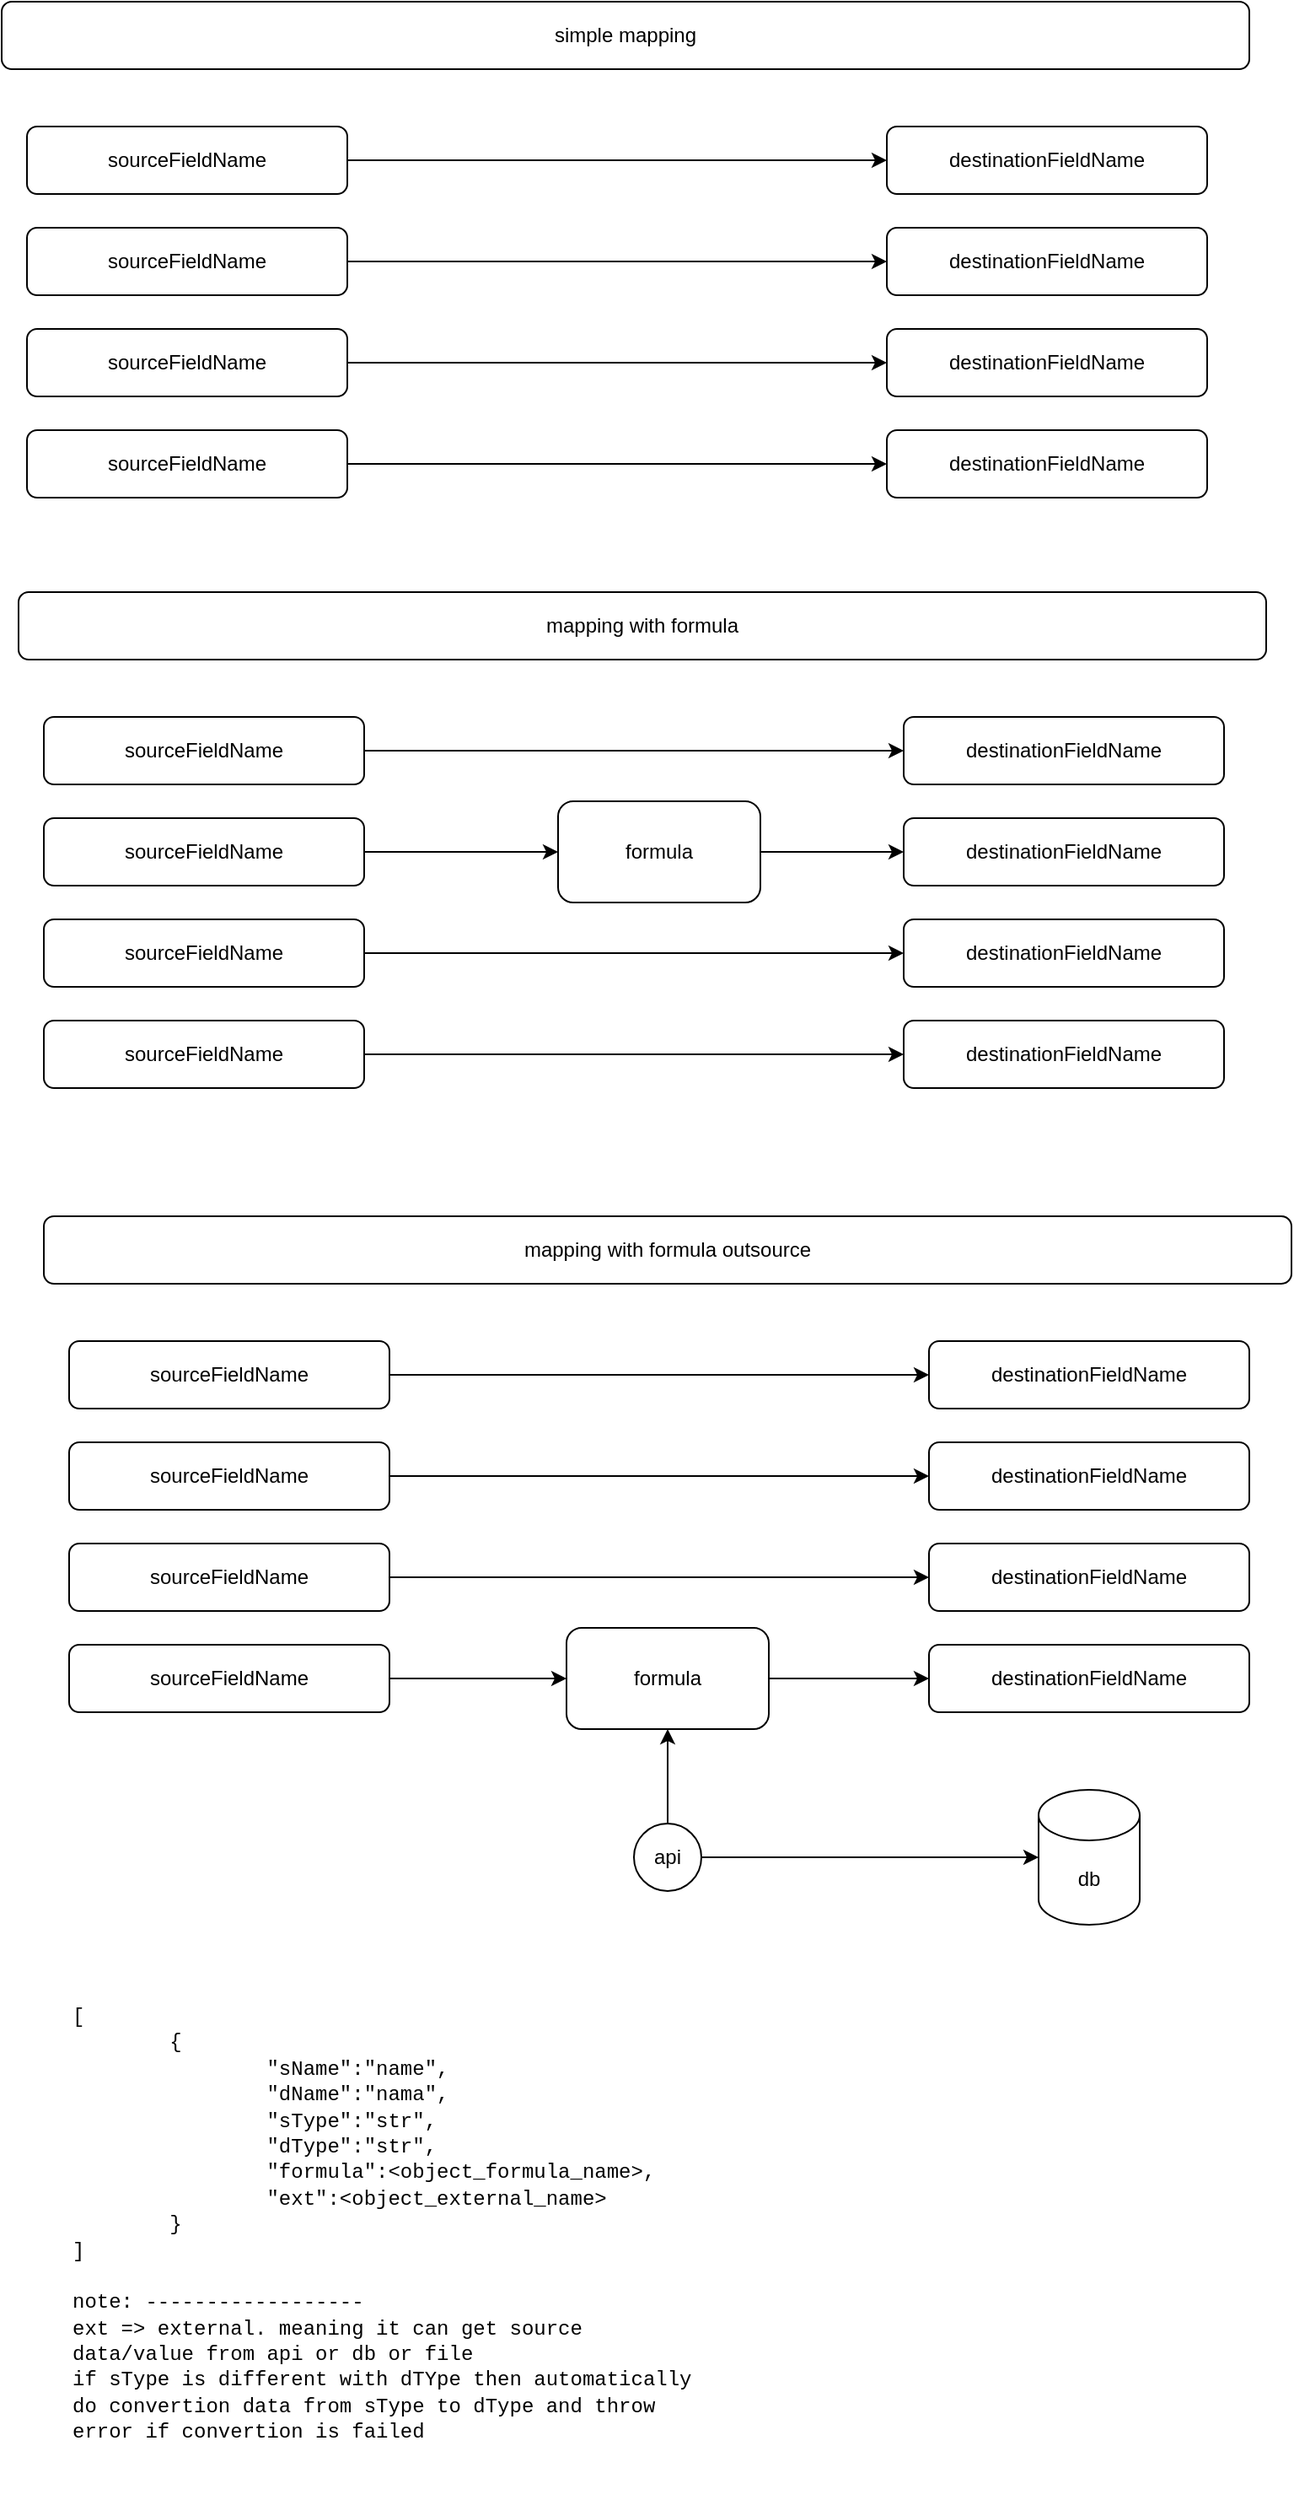
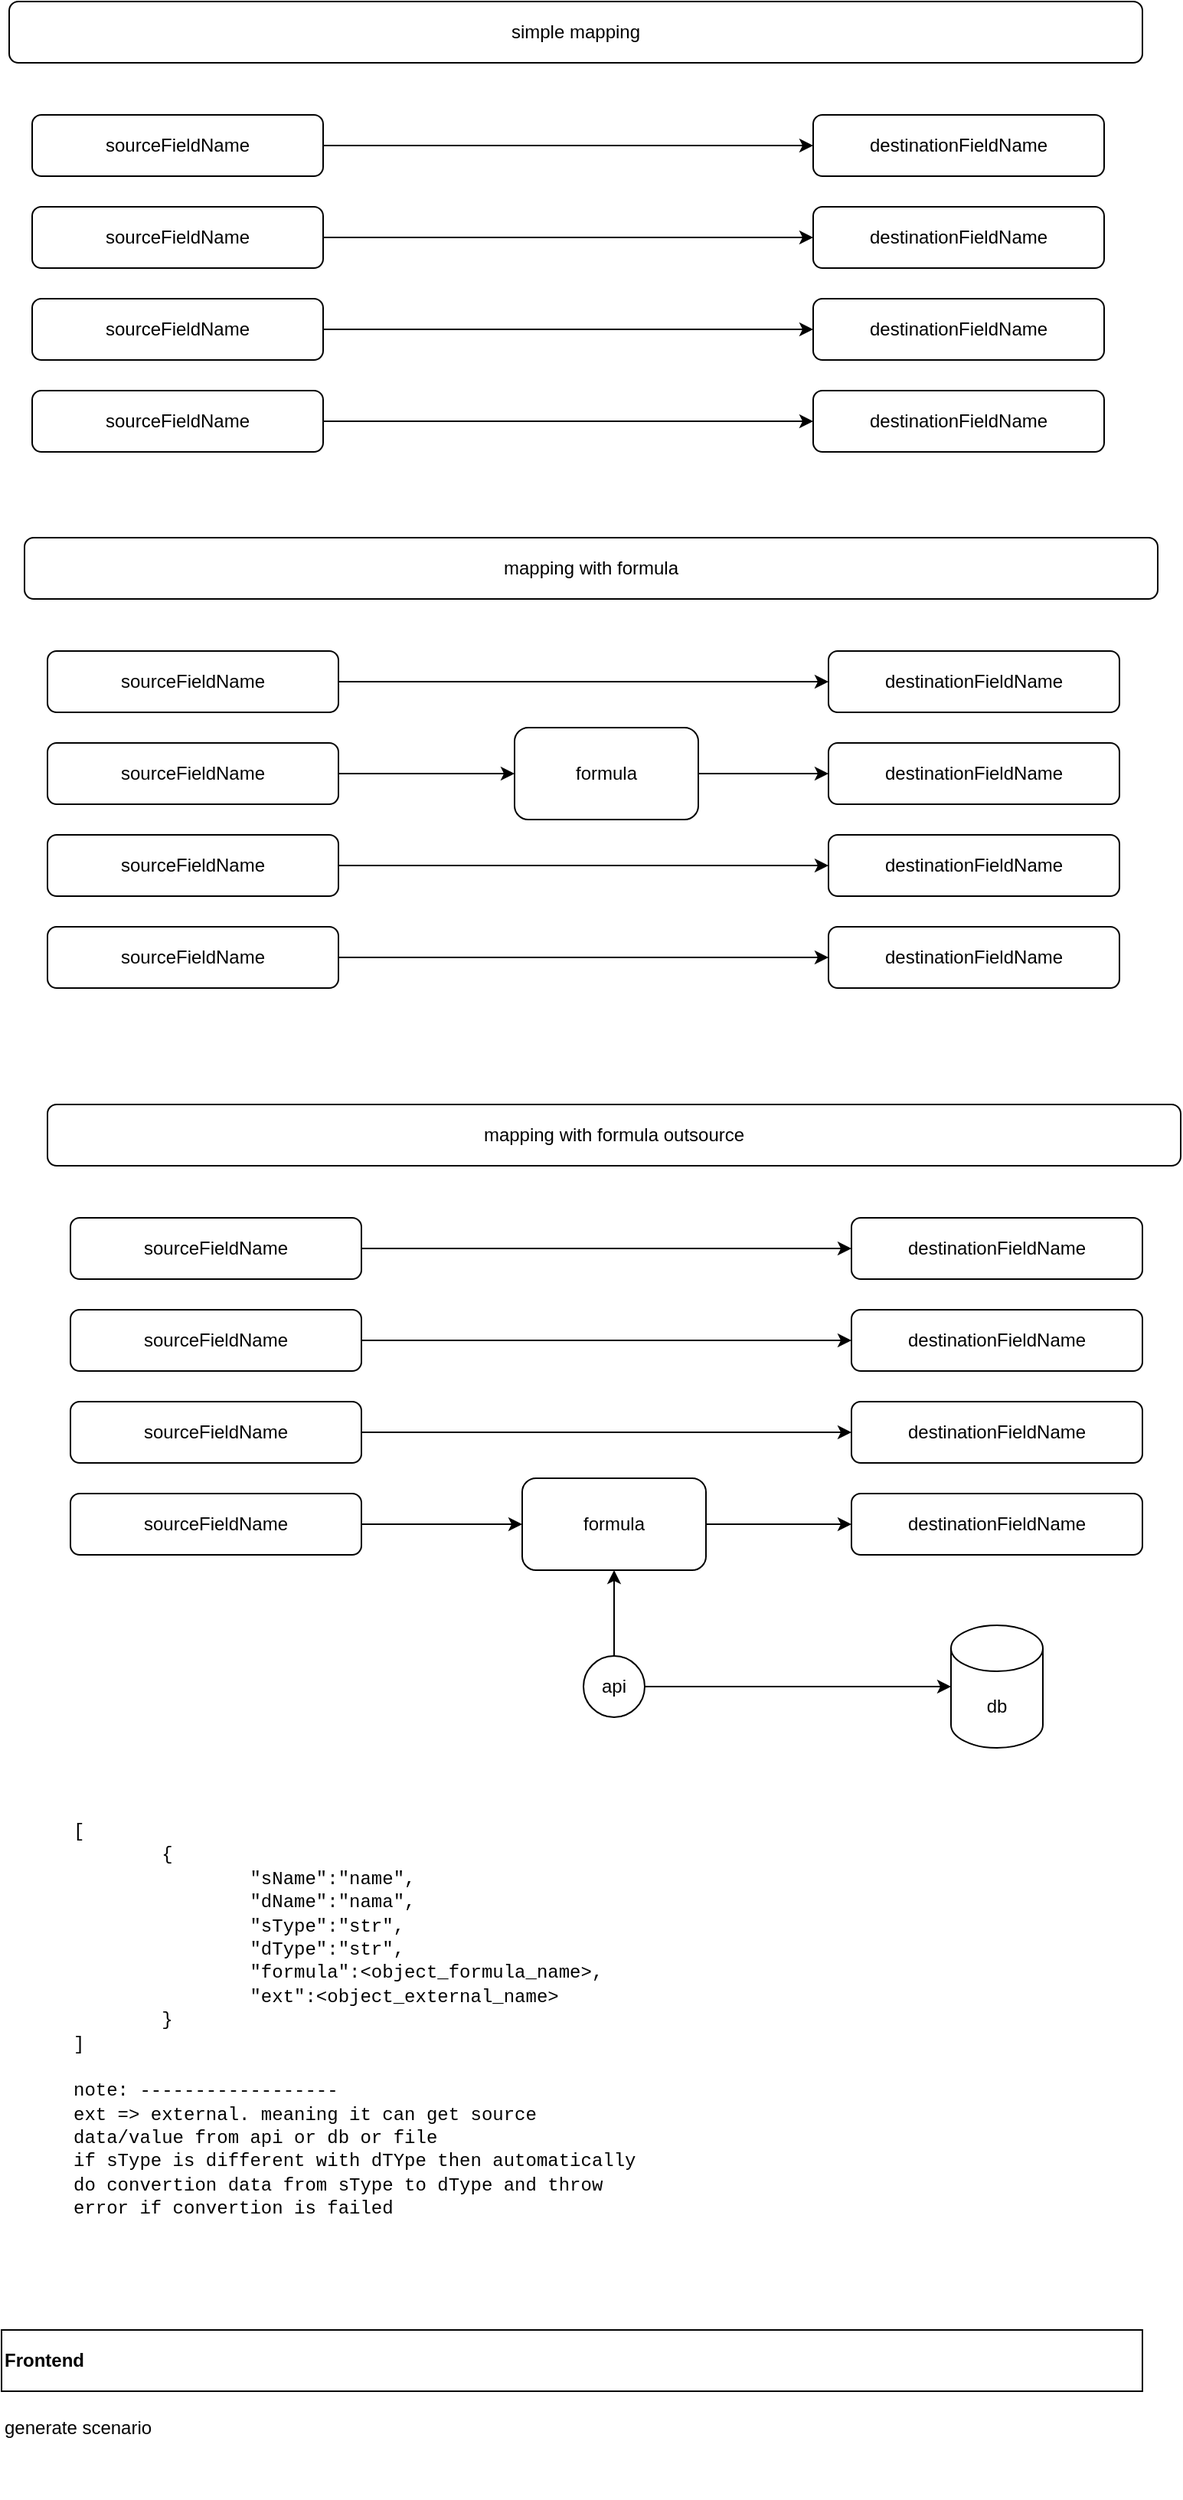
<mxfile host="app.diagrams.net">
  <diagram name="Page-1" id="w0qSyX79uqXvIxm3ApQV">
-     <mxGraphModel dx="1030" dy="623" grid="1" gridSize="10" guides="1" tooltips="1" connect="1" arrows="1" fold="1" page="1" pageScale="1" pageWidth="850" pageHeight="1100" math="0" shadow="0">
+     <mxGraphModel dx="774" dy="623" grid="1" gridSize="10" guides="1" tooltips="1" connect="1" arrows="1" fold="1" page="1" pageScale="1" pageWidth="850" pageHeight="1100" math="0" shadow="0">
      <root>
        <mxCell id="0" />
        <mxCell id="1" parent="0" />
        <mxCell id="C5vNhbu8yeIDAcz09rIj-13" parent="1" style="rounded=1;whiteSpace=wrap;html=1;" value="simple mapping" vertex="1">
          <mxGeometry height="40" width="740" x="60" y="30" as="geometry" />
        </mxCell>
        <mxCell id="C5vNhbu8yeIDAcz09rIj-9" edge="1" parent="1" source="C5vNhbu8yeIDAcz09rIj-1" style="edgeStyle=orthogonalEdgeStyle;rounded=0;orthogonalLoop=1;jettySize=auto;html=1;entryX=0;entryY=0.5;entryDx=0;entryDy=0;" target="C5vNhbu8yeIDAcz09rIj-5">
          <mxGeometry relative="1" as="geometry" />
        </mxCell>
        <mxCell id="C5vNhbu8yeIDAcz09rIj-1" parent="1" style="rounded=1;whiteSpace=wrap;html=1;" value="sourceFieldName" vertex="1">
          <mxGeometry height="40" width="190" x="75" y="104" as="geometry" />
        </mxCell>
        <mxCell id="C5vNhbu8yeIDAcz09rIj-10" edge="1" parent="1" source="C5vNhbu8yeIDAcz09rIj-2" style="edgeStyle=orthogonalEdgeStyle;rounded=0;orthogonalLoop=1;jettySize=auto;html=1;entryX=0;entryY=0.5;entryDx=0;entryDy=0;" target="C5vNhbu8yeIDAcz09rIj-6">
          <mxGeometry relative="1" as="geometry" />
        </mxCell>
        <mxCell id="C5vNhbu8yeIDAcz09rIj-2" parent="1" style="rounded=1;whiteSpace=wrap;html=1;" value="sourceFieldName" vertex="1">
          <mxGeometry height="40" width="190" x="75" y="164" as="geometry" />
        </mxCell>
        <mxCell id="C5vNhbu8yeIDAcz09rIj-11" edge="1" parent="1" source="C5vNhbu8yeIDAcz09rIj-3" style="edgeStyle=orthogonalEdgeStyle;rounded=0;orthogonalLoop=1;jettySize=auto;html=1;entryX=0;entryY=0.5;entryDx=0;entryDy=0;" target="C5vNhbu8yeIDAcz09rIj-7">
          <mxGeometry relative="1" as="geometry" />
        </mxCell>
        <mxCell id="C5vNhbu8yeIDAcz09rIj-3" parent="1" style="rounded=1;whiteSpace=wrap;html=1;" value="sourceFieldName" vertex="1">
          <mxGeometry height="40" width="190" x="75" y="224" as="geometry" />
        </mxCell>
        <mxCell id="C5vNhbu8yeIDAcz09rIj-12" edge="1" parent="1" source="C5vNhbu8yeIDAcz09rIj-4" style="edgeStyle=orthogonalEdgeStyle;rounded=0;orthogonalLoop=1;jettySize=auto;html=1;entryX=0;entryY=0.5;entryDx=0;entryDy=0;" target="C5vNhbu8yeIDAcz09rIj-8">
          <mxGeometry relative="1" as="geometry" />
        </mxCell>
        <mxCell id="C5vNhbu8yeIDAcz09rIj-4" parent="1" style="rounded=1;whiteSpace=wrap;html=1;" value="sourceFieldName" vertex="1">
          <mxGeometry height="40" width="190" x="75" y="284" as="geometry" />
        </mxCell>
        <mxCell id="C5vNhbu8yeIDAcz09rIj-5" parent="1" style="rounded=1;whiteSpace=wrap;html=1;" value="destinationFieldName" vertex="1">
          <mxGeometry height="40" width="190" x="585" y="104" as="geometry" />
        </mxCell>
        <mxCell id="C5vNhbu8yeIDAcz09rIj-6" parent="1" style="rounded=1;whiteSpace=wrap;html=1;" value="destinationFieldName" vertex="1">
          <mxGeometry height="40" width="190" x="585" y="164" as="geometry" />
        </mxCell>
        <mxCell id="C5vNhbu8yeIDAcz09rIj-7" parent="1" style="rounded=1;whiteSpace=wrap;html=1;" value="destinationFieldName" vertex="1">
          <mxGeometry height="40" width="190" x="585" y="224" as="geometry" />
        </mxCell>
        <mxCell id="C5vNhbu8yeIDAcz09rIj-8" parent="1" style="rounded=1;whiteSpace=wrap;html=1;" value="destinationFieldName" vertex="1">
          <mxGeometry height="40" width="190" x="585" y="284" as="geometry" />
        </mxCell>
        <mxCell id="C5vNhbu8yeIDAcz09rIj-14" parent="1" style="rounded=1;whiteSpace=wrap;html=1;" value="mapping with formula" vertex="1">
          <mxGeometry height="40" width="740" x="70" y="380" as="geometry" />
        </mxCell>
        <mxCell id="C5vNhbu8yeIDAcz09rIj-15" edge="1" parent="1" source="C5vNhbu8yeIDAcz09rIj-16" style="edgeStyle=orthogonalEdgeStyle;rounded=0;orthogonalLoop=1;jettySize=auto;html=1;entryX=0;entryY=0.5;entryDx=0;entryDy=0;" target="C5vNhbu8yeIDAcz09rIj-23">
          <mxGeometry relative="1" as="geometry" />
        </mxCell>
        <mxCell id="C5vNhbu8yeIDAcz09rIj-16" parent="1" style="rounded=1;whiteSpace=wrap;html=1;" value="sourceFieldName" vertex="1">
          <mxGeometry height="40" width="190" x="85" y="454" as="geometry" />
        </mxCell>
        <mxCell id="C5vNhbu8yeIDAcz09rIj-28" edge="1" parent="1" source="C5vNhbu8yeIDAcz09rIj-18" style="edgeStyle=orthogonalEdgeStyle;rounded=0;orthogonalLoop=1;jettySize=auto;html=1;entryX=0;entryY=0.5;entryDx=0;entryDy=0;" target="C5vNhbu8yeIDAcz09rIj-27">
          <mxGeometry relative="1" as="geometry" />
        </mxCell>
        <mxCell id="C5vNhbu8yeIDAcz09rIj-18" parent="1" style="rounded=1;whiteSpace=wrap;html=1;" value="sourceFieldName" vertex="1">
          <mxGeometry height="40" width="190" x="85" y="514" as="geometry" />
        </mxCell>
        <mxCell id="C5vNhbu8yeIDAcz09rIj-19" edge="1" parent="1" source="C5vNhbu8yeIDAcz09rIj-20" style="edgeStyle=orthogonalEdgeStyle;rounded=0;orthogonalLoop=1;jettySize=auto;html=1;entryX=0;entryY=0.5;entryDx=0;entryDy=0;" target="C5vNhbu8yeIDAcz09rIj-25">
          <mxGeometry relative="1" as="geometry" />
        </mxCell>
        <mxCell id="C5vNhbu8yeIDAcz09rIj-20" parent="1" style="rounded=1;whiteSpace=wrap;html=1;" value="sourceFieldName" vertex="1">
          <mxGeometry height="40" width="190" x="85" y="574" as="geometry" />
        </mxCell>
        <mxCell id="C5vNhbu8yeIDAcz09rIj-21" edge="1" parent="1" source="C5vNhbu8yeIDAcz09rIj-22" style="edgeStyle=orthogonalEdgeStyle;rounded=0;orthogonalLoop=1;jettySize=auto;html=1;entryX=0;entryY=0.5;entryDx=0;entryDy=0;" target="C5vNhbu8yeIDAcz09rIj-26">
          <mxGeometry relative="1" as="geometry" />
        </mxCell>
        <mxCell id="C5vNhbu8yeIDAcz09rIj-22" parent="1" style="rounded=1;whiteSpace=wrap;html=1;" value="sourceFieldName" vertex="1">
          <mxGeometry height="40" width="190" x="85" y="634" as="geometry" />
        </mxCell>
        <mxCell id="C5vNhbu8yeIDAcz09rIj-23" parent="1" style="rounded=1;whiteSpace=wrap;html=1;" value="destinationFieldName" vertex="1">
          <mxGeometry height="40" width="190" x="595" y="454" as="geometry" />
        </mxCell>
        <mxCell id="C5vNhbu8yeIDAcz09rIj-24" parent="1" style="rounded=1;whiteSpace=wrap;html=1;" value="destinationFieldName" vertex="1">
          <mxGeometry height="40" width="190" x="595" y="514" as="geometry" />
        </mxCell>
        <mxCell id="C5vNhbu8yeIDAcz09rIj-25" parent="1" style="rounded=1;whiteSpace=wrap;html=1;" value="destinationFieldName" vertex="1">
          <mxGeometry height="40" width="190" x="595" y="574" as="geometry" />
        </mxCell>
        <mxCell id="C5vNhbu8yeIDAcz09rIj-26" parent="1" style="rounded=1;whiteSpace=wrap;html=1;" value="destinationFieldName" vertex="1">
          <mxGeometry height="40" width="190" x="595" y="634" as="geometry" />
        </mxCell>
        <mxCell id="C5vNhbu8yeIDAcz09rIj-29" edge="1" parent="1" source="C5vNhbu8yeIDAcz09rIj-27" style="edgeStyle=orthogonalEdgeStyle;rounded=0;orthogonalLoop=1;jettySize=auto;html=1;entryX=0;entryY=0.5;entryDx=0;entryDy=0;" target="C5vNhbu8yeIDAcz09rIj-24">
          <mxGeometry relative="1" as="geometry">
            <mxPoint x="590" y="534" as="targetPoint" />
          </mxGeometry>
        </mxCell>
        <mxCell id="C5vNhbu8yeIDAcz09rIj-27" parent="1" style="rounded=1;whiteSpace=wrap;html=1;" value="formula" vertex="1">
          <mxGeometry height="60" width="120" x="390" y="504" as="geometry" />
        </mxCell>
        <mxCell id="C5vNhbu8yeIDAcz09rIj-30" parent="1" style="rounded=1;whiteSpace=wrap;html=1;" value="mapping with formula outsource" vertex="1">
          <mxGeometry height="40" width="740" x="85" y="750" as="geometry" />
        </mxCell>
        <mxCell id="C5vNhbu8yeIDAcz09rIj-31" edge="1" parent="1" source="C5vNhbu8yeIDAcz09rIj-32" style="edgeStyle=orthogonalEdgeStyle;rounded=0;orthogonalLoop=1;jettySize=auto;html=1;entryX=0;entryY=0.5;entryDx=0;entryDy=0;" target="C5vNhbu8yeIDAcz09rIj-39">
          <mxGeometry relative="1" as="geometry" />
        </mxCell>
        <mxCell id="C5vNhbu8yeIDAcz09rIj-32" parent="1" style="rounded=1;whiteSpace=wrap;html=1;" value="sourceFieldName" vertex="1">
          <mxGeometry height="40" width="190" x="100" y="824" as="geometry" />
        </mxCell>
        <mxCell id="C5vNhbu8yeIDAcz09rIj-33" edge="1" parent="1" source="C5vNhbu8yeIDAcz09rIj-34" style="edgeStyle=orthogonalEdgeStyle;rounded=0;orthogonalLoop=1;jettySize=auto;html=1;entryX=0;entryY=0.5;entryDx=0;entryDy=0;" target="C5vNhbu8yeIDAcz09rIj-40">
          <mxGeometry relative="1" as="geometry">
            <mxPoint x="405" y="904" as="targetPoint" />
          </mxGeometry>
        </mxCell>
        <mxCell id="C5vNhbu8yeIDAcz09rIj-34" parent="1" style="rounded=1;whiteSpace=wrap;html=1;" value="sourceFieldName" vertex="1">
          <mxGeometry height="40" width="190" x="100" y="884" as="geometry" />
        </mxCell>
        <mxCell id="C5vNhbu8yeIDAcz09rIj-35" edge="1" parent="1" source="C5vNhbu8yeIDAcz09rIj-36" style="edgeStyle=orthogonalEdgeStyle;rounded=0;orthogonalLoop=1;jettySize=auto;html=1;entryX=0;entryY=0.5;entryDx=0;entryDy=0;" target="C5vNhbu8yeIDAcz09rIj-41">
          <mxGeometry relative="1" as="geometry" />
        </mxCell>
        <mxCell id="C5vNhbu8yeIDAcz09rIj-36" parent="1" style="rounded=1;whiteSpace=wrap;html=1;" value="sourceFieldName" vertex="1">
          <mxGeometry height="40" width="190" x="100" y="944" as="geometry" />
        </mxCell>
        <mxCell id="C5vNhbu8yeIDAcz09rIj-47" edge="1" parent="1" source="C5vNhbu8yeIDAcz09rIj-38" style="edgeStyle=orthogonalEdgeStyle;rounded=0;orthogonalLoop=1;jettySize=auto;html=1;entryX=0;entryY=0.5;entryDx=0;entryDy=0;" target="C5vNhbu8yeIDAcz09rIj-46">
          <mxGeometry relative="1" as="geometry" />
        </mxCell>
        <mxCell id="C5vNhbu8yeIDAcz09rIj-38" parent="1" style="rounded=1;whiteSpace=wrap;html=1;" value="sourceFieldName" vertex="1">
          <mxGeometry height="40" width="190" x="100" y="1004" as="geometry" />
        </mxCell>
        <mxCell id="C5vNhbu8yeIDAcz09rIj-39" parent="1" style="rounded=1;whiteSpace=wrap;html=1;" value="destinationFieldName" vertex="1">
          <mxGeometry height="40" width="190" x="610" y="824" as="geometry" />
        </mxCell>
        <mxCell id="C5vNhbu8yeIDAcz09rIj-40" parent="1" style="rounded=1;whiteSpace=wrap;html=1;" value="destinationFieldName" vertex="1">
          <mxGeometry height="40" width="190" x="610" y="884" as="geometry" />
        </mxCell>
        <mxCell id="C5vNhbu8yeIDAcz09rIj-41" parent="1" style="rounded=1;whiteSpace=wrap;html=1;" value="destinationFieldName" vertex="1">
          <mxGeometry height="40" width="190" x="610" y="944" as="geometry" />
        </mxCell>
        <mxCell id="C5vNhbu8yeIDAcz09rIj-42" parent="1" style="rounded=1;whiteSpace=wrap;html=1;" value="destinationFieldName" vertex="1">
          <mxGeometry height="40" width="190" x="610" y="1004" as="geometry" />
        </mxCell>
        <mxCell id="C5vNhbu8yeIDAcz09rIj-45" parent="1" style="shape=cylinder3;whiteSpace=wrap;html=1;boundedLbl=1;backgroundOutline=1;size=15;" value="db" vertex="1">
          <mxGeometry height="80" width="60" x="675" y="1090" as="geometry" />
        </mxCell>
        <mxCell id="C5vNhbu8yeIDAcz09rIj-49" edge="1" parent="1" source="C5vNhbu8yeIDAcz09rIj-46" style="edgeStyle=orthogonalEdgeStyle;rounded=0;orthogonalLoop=1;jettySize=auto;html=1;entryX=0;entryY=0.5;entryDx=0;entryDy=0;" target="C5vNhbu8yeIDAcz09rIj-42">
          <mxGeometry relative="1" as="geometry" />
        </mxCell>
        <mxCell id="C5vNhbu8yeIDAcz09rIj-46" parent="1" style="rounded=1;whiteSpace=wrap;html=1;" value="formula" vertex="1">
          <mxGeometry height="60" width="120" x="395" y="994" as="geometry" />
        </mxCell>
        <mxCell id="C5vNhbu8yeIDAcz09rIj-51" edge="1" parent="1" source="C5vNhbu8yeIDAcz09rIj-50" style="edgeStyle=orthogonalEdgeStyle;rounded=0;orthogonalLoop=1;jettySize=auto;html=1;entryX=0.5;entryY=1;entryDx=0;entryDy=0;" target="C5vNhbu8yeIDAcz09rIj-46">
          <mxGeometry relative="1" as="geometry" />
        </mxCell>
        <mxCell id="C5vNhbu8yeIDAcz09rIj-50" parent="1" style="ellipse;whiteSpace=wrap;html=1;aspect=fixed;" value="api" vertex="1">
          <mxGeometry height="40" width="40" x="435" y="1110" as="geometry" />
        </mxCell>
        <mxCell id="C5vNhbu8yeIDAcz09rIj-52" edge="1" parent="1" source="C5vNhbu8yeIDAcz09rIj-50" style="edgeStyle=orthogonalEdgeStyle;rounded=0;orthogonalLoop=1;jettySize=auto;html=1;entryX=0;entryY=0.5;entryDx=0;entryDy=0;entryPerimeter=0;" target="C5vNhbu8yeIDAcz09rIj-45">
          <mxGeometry relative="1" as="geometry" />
        </mxCell>
        <mxCell id="C5vNhbu8yeIDAcz09rIj-54" parent="1" style="rounded=0;whiteSpace=wrap;html=1;align=left;verticalAlign=top;strokeColor=none;" value="&lt;font face=&quot;Courier New&quot;&gt;[&lt;/font&gt;&lt;div&gt;&lt;font face=&quot;Courier New&quot;&gt;&lt;span style=&quot;white-space: pre;&quot;&gt;&#x9;&lt;/span&gt;{&lt;br&gt;&lt;/font&gt;&lt;/div&gt;&lt;div&gt;&lt;font face=&quot;Courier New&quot;&gt;&lt;span style=&quot;white-space: pre;&quot;&gt;&#x9;&lt;/span&gt;&lt;span style=&quot;white-space: pre;&quot;&gt;&#x9;&lt;/span&gt;&quot;sName&quot;:&quot;name&quot;,&lt;br&gt;&lt;/font&gt;&lt;/div&gt;&lt;div&gt;&lt;font face=&quot;Courier New&quot;&gt;&lt;span style=&quot;white-space: pre;&quot;&gt;&#x9;&lt;/span&gt;&lt;span style=&quot;white-space: pre;&quot;&gt;&#x9;&lt;/span&gt;&quot;dName&quot;:&quot;nama&quot;,&lt;br&gt;&lt;/font&gt;&lt;/div&gt;&lt;div&gt;&lt;font face=&quot;Courier New&quot;&gt;&lt;span style=&quot;white-space: pre;&quot;&gt;&#x9;&lt;/span&gt;&lt;span style=&quot;white-space: pre;&quot;&gt;&#x9;&lt;/span&gt;&quot;sType&quot;:&quot;str&quot;,&lt;br&gt;&lt;/font&gt;&lt;/div&gt;&lt;div&gt;&lt;font face=&quot;Courier New&quot;&gt;&lt;span style=&quot;white-space: pre;&quot;&gt;&#x9;&lt;/span&gt;&lt;span style=&quot;white-space: pre;&quot;&gt;&#x9;&lt;/span&gt;&quot;dType&quot;:&quot;str&quot;,&lt;br&gt;&lt;/font&gt;&lt;/div&gt;&lt;div&gt;&lt;font face=&quot;Courier New&quot;&gt;&lt;span style=&quot;white-space: pre;&quot;&gt;&#x9;&lt;/span&gt;&lt;span style=&quot;white-space: pre;&quot;&gt;&#x9;&lt;/span&gt;&quot;formula&quot;:&amp;lt;object_formula_name&amp;gt;,&lt;br&gt;&lt;/font&gt;&lt;/div&gt;&lt;div&gt;&lt;font face=&quot;Courier New&quot;&gt;&lt;span style=&quot;white-space: pre;&quot;&gt;&#x9;&lt;/span&gt;&lt;span style=&quot;white-space: pre;&quot;&gt;&#x9;&lt;/span&gt;&quot;ext&quot;:&amp;lt;object_external_name&amp;gt;&lt;br&gt;&lt;/font&gt;&lt;/div&gt;&lt;div&gt;&lt;font face=&quot;Courier New&quot;&gt;&lt;span style=&quot;white-space: pre;&quot;&gt;&#x9;&lt;/span&gt;}&lt;br&gt;&lt;/font&gt;&lt;/div&gt;&lt;div&gt;&lt;font face=&quot;Courier New&quot;&gt;]&lt;/font&gt;&lt;/div&gt;&lt;div&gt;&lt;font face=&quot;Courier New&quot;&gt;&lt;br&gt;&lt;/font&gt;&lt;/div&gt;&lt;div&gt;&lt;font face=&quot;Courier New&quot;&gt;note: ------------------&lt;/font&gt;&lt;/div&gt;&lt;div&gt;&lt;font face=&quot;Courier New&quot;&gt;ext =&amp;gt; external. meaning it can get source data/value from api or db or file&lt;/font&gt;&lt;/div&gt;&lt;div&gt;&lt;font face=&quot;Courier New&quot;&gt;if sType is different with dTYpe then automatically do convertion data from sType to dType and throw error if convertion is failed&lt;/font&gt;&lt;/div&gt;" vertex="1">
          <mxGeometry height="300" width="370" x="100" y="1210" as="geometry" />
        </mxCell>
+         <mxCell id="3cb8eb7sBZu-HTBu-4vh-1" parent="1" style="rounded=0;whiteSpace=wrap;html=1;align=left;fontStyle=1;verticalAlign=middle;" value="&lt;span&gt;Frontend&lt;/span&gt;" vertex="1">
+           <mxGeometry height="40" width="745" x="55" y="1550" as="geometry" />
+         </mxCell>
+         <mxCell id="3cb8eb7sBZu-HTBu-4vh-2" parent="1" style="rounded=0;whiteSpace=wrap;html=1;align=left;verticalAlign=top;strokeColor=none;" value="generate scenario" vertex="1">
+           <mxGeometry height="60" width="735" x="55" y="1600" as="geometry" />
+         </mxCell>
      </root>
    </mxGraphModel>
  </diagram>
</mxfile>
